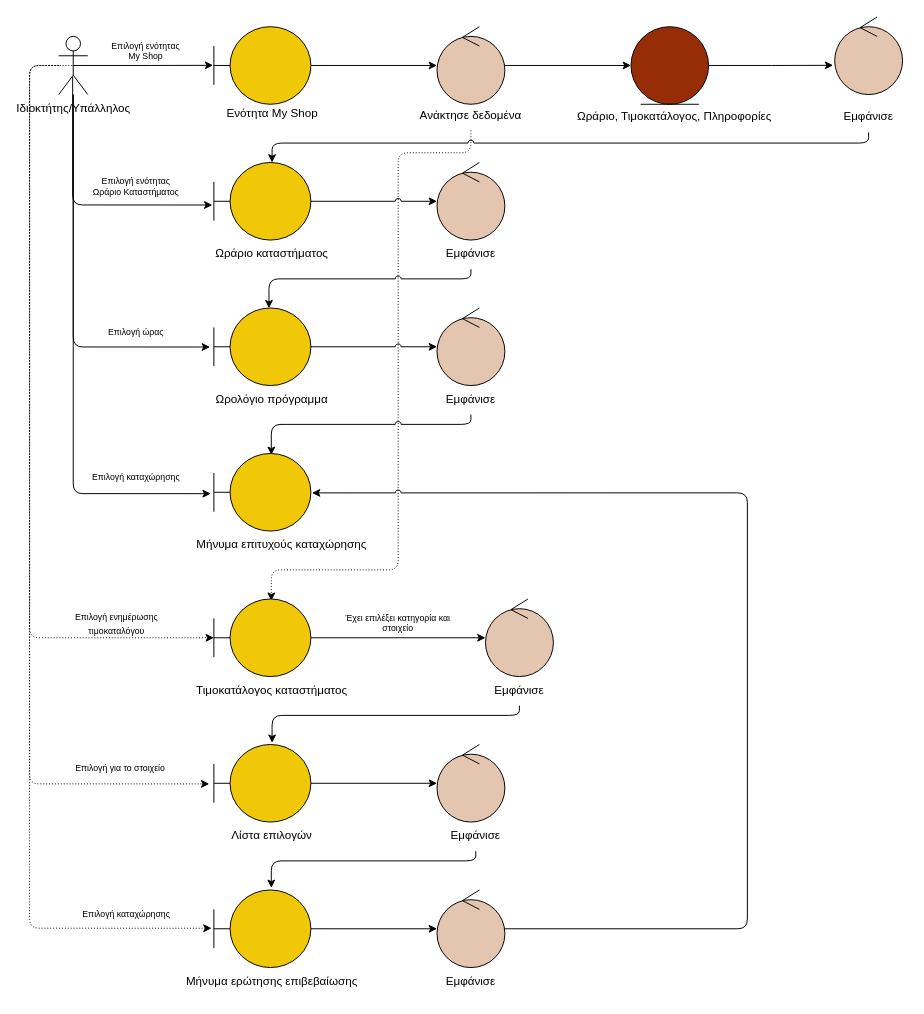
iloudaros/nomnomr keeps this draw.io diagram as docs/contributions/Kout-ou/Phase 3/Shop Robustness Diagrams/Robustness drawio files/usecase1.drawio. Above is the earlier version. Source tidied: cells renumbered, new cells numbered last; positions are measured from the earlier drawing's top-left corner, leaving out a move shared by most shapes. Both pictures are drawn from the tidied source at 97%, with x=0, y=0 at pixel (29, 16).
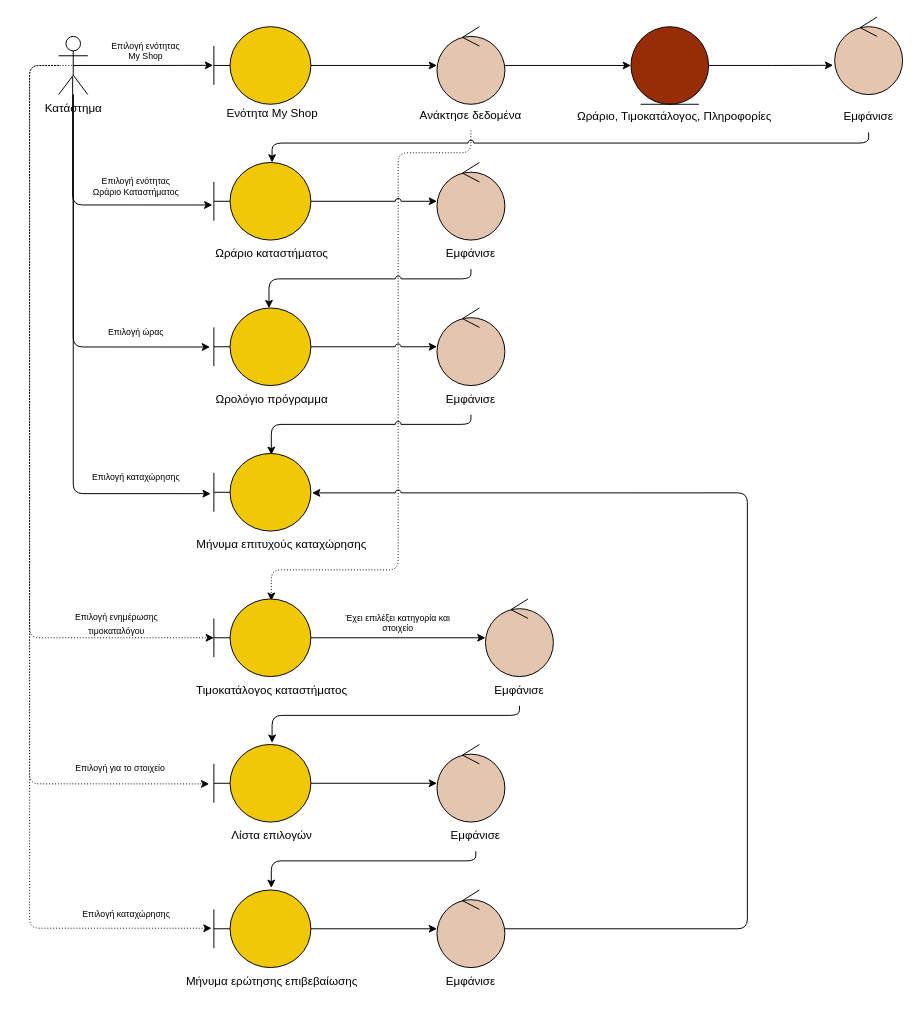
After the change.

Commit message:
Some Name Changes in Shop Robustness Diagram

The edit, as a diff of the source:
```diff
@@
-    <mxCell id="11" value="Ιδιοκτήτης/Υπάλληλος" style="shape=umlActor;verticalLabelPosition=bottom;verticalAlign=top;html=1;" parent="1" vertex="1">
+    <mxCell id="11" value="Κατάστημα" style="shape=umlActor;verticalLabelPosition=bottom;verticalAlign=top;html=1;" parent="1" vertex="1">
       <mxGeometry x="30" y="20" width="30" height="60" as="geometry" />
     </mxCell>
```
